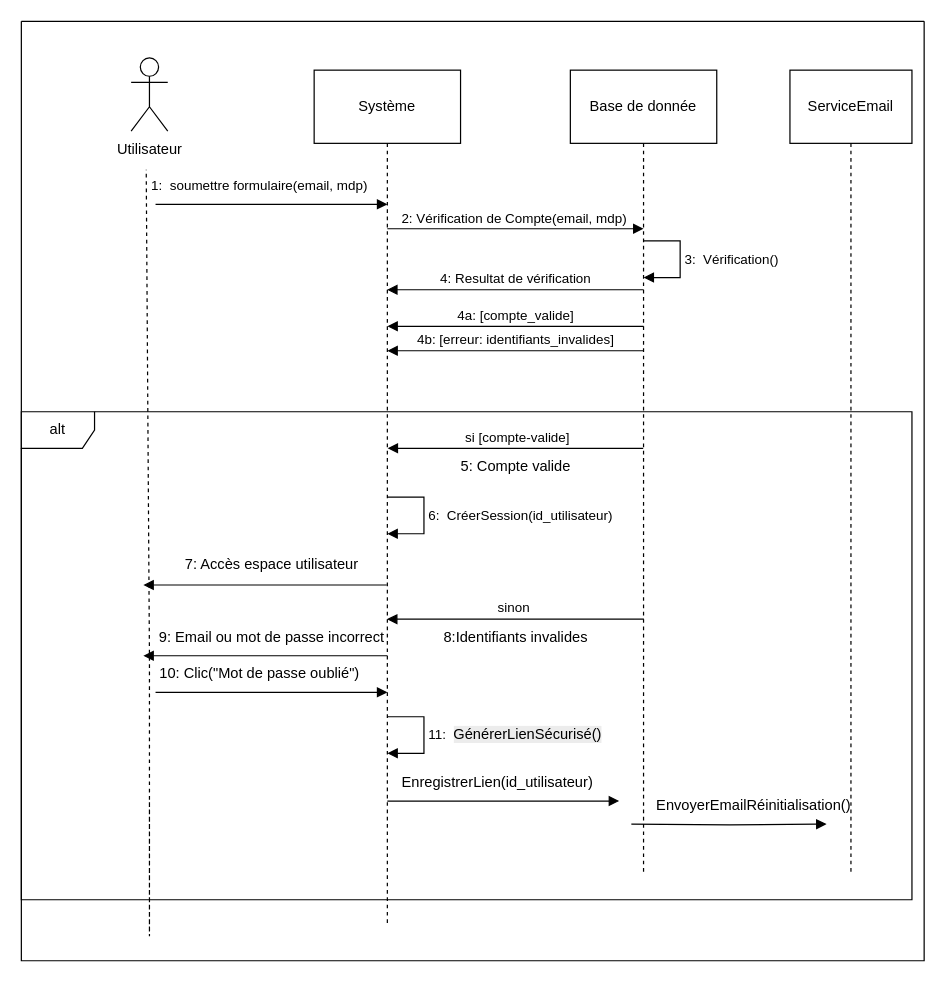
Before: se.drawio in Rahma3-sys/Searchgi, a draw.io diagram. Source tidied: cells renumbered, new cells numbered last; positions are measured from the earlier drawing's top-left corner, leaving out a move shared by most shapes. Both pictures are drawn from the tidied source at 122%, with x=0, y=0 at pixel (21, 21).
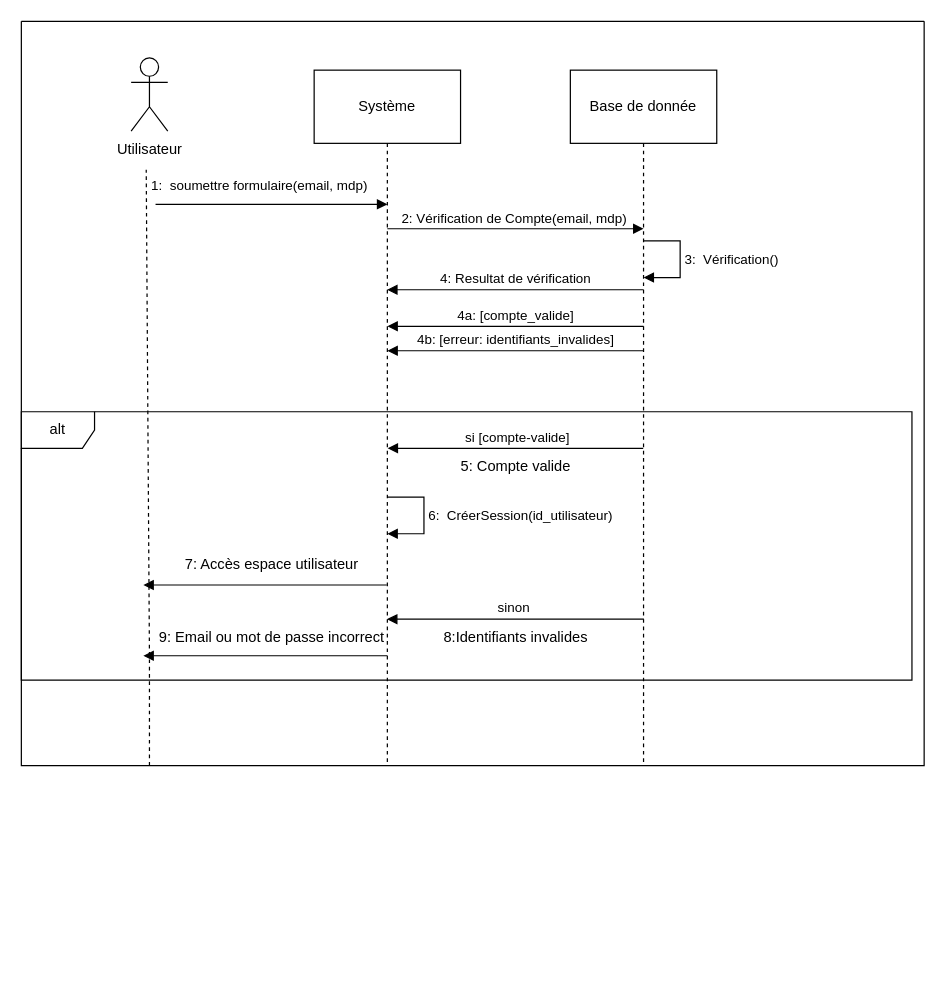
The same page after the edit.

Unchanged cells that the change refers to:
```xml
<mxCell id="3" value="Utilisateur" style="text;html=1;align=center;verticalAlign=middle;points=[];strokeColor=none;fillColor=none;" parent="2" vertex="1">
  <mxGeometry x="65" y="90" width="80" height="30" as="geometry" />
</mxCell>
```

Diff of the diagram source:
```diff
@@
     <mxCell id="2" style="swimlane;startSize=0;" parent="1" vertex="1">
-      <mxGeometry width="740" height="770" as="geometry" />
+      <mxGeometry width="740" height="610" as="geometry" />
     </mxCell>
@@
     <mxCell id="4" style="endArrow=none;dashed=1;html=1;rounded=0;entryX=0.467;entryY=1.056;entryDx=0;entryDy=0;entryPerimeter=0;" parent="2" edge="1" target="3">
       <mxGeometry relative="1" as="geometry">
-        <mxPoint x="105" y="640" as="sourcePoint" />
+        <mxPoint x="105" y="610" as="sourcePoint" />
         <Array as="points">
-          <mxPoint x="105" y="750" />
           <mxPoint x="105" y="520" />
         </Array>
       </mxGeometry>
     </mxCell>
@@
     <mxCell id="11" value="Base de donnée" style="shape=umlLifeline;perimeter=lifelinePerimeter;whiteSpace=wrap;html=1;newEdgeStyle={&quot;curved&quot;:0,&quot;rounded&quot;:0};size=60;" parent="2" vertex="1">
-      <mxGeometry x="450" y="40" width="120" height="660" as="geometry" />
+      <mxGeometry x="450" y="40" width="120" height="570" as="geometry" />
     </mxCell>
     <mxCell id="12" value="Système" style="shape=umlLifeline;perimeter=lifelinePerimeter;whiteSpace=wrap;html=1;outlineConnect=0;portConstraint=eastwest;newEdgeStyle={&quot;curved&quot;:0,&quot;rounded&quot;:0};size=60;" parent="2" vertex="1">
-      <mxGeometry x="240" y="40" width="120" height="700" as="geometry" />
+      <mxGeometry x="240" y="40" width="120" height="570" as="geometry" />
     </mxCell>
-    <mxCell id="13" value="Service&lt;span style=&quot;background-color: transparent; color: light-dark(rgb(0, 0, 0), rgb(255, 255, 255));&quot;&gt;Email&lt;/span&gt;" style="shape=umlLifeline;perimeter=lifelinePerimeter;whiteSpace=wrap;html=1;newEdgeStyle={&quot;curved&quot;:0,&quot;rounded&quot;:0};size=60;" parent="2" vertex="1">
-      <mxGeometry x="630" y="40" width="100" height="660" as="geometry" />
-    </mxCell>
     <mxCell id="14" value="alt" style="shape=umlFrame;whiteSpace=wrap;html=1;" parent="2" vertex="1">
-      <mxGeometry y="320" width="730" height="400" as="geometry" />
+      <mxGeometry y="320" width="730" height="220" as="geometry" />
     </mxCell>
@@
-    <mxCell id="25" value="10:&amp;nbsp;Clic(&quot;Mot de passe oublié&quot;)" style="text;html=1;align=center;verticalAlign=middle;strokeColor=none;fillColor=none;" parent="2" vertex="1">
-      <mxGeometry x="100" y="520" width="190" height="30" as="geometry" />
-    </mxCell>
-    <mxCell id="26" value="11:&amp;nbsp;&amp;nbsp;&lt;span style=&quot;font-size: 12px; text-align: center; background-color: rgb(236, 236, 236);&quot;&gt;GénérerLienSécurisé()&lt;/span&gt;" style="html=1;align=left;spacingLeft=2;endArrow=block;rounded=0;edgeStyle=orthogonalEdgeStyle;curved=0;rounded=0;" parent="2" edge="1">
-      <mxGeometry relative="1" as="geometry">
-        <mxPoint x="300" y="570" as="sourcePoint" />
-        <mxPoint x="300" y="600" as="targetPoint" />
-        <Array as="points">
-          <mxPoint x="330" y="600" />
-        </Array>
-      </mxGeometry>
-    </mxCell>
-    <mxCell id="27" value="EnregistrerLien(id_utilisateur)" style="text;html=1;align=center;verticalAlign=middle;strokeColor=none;fillColor=none;" parent="2" vertex="1">
-      <mxGeometry x="300" y="609.1" width="180" height="30" as="geometry" />
-    </mxCell>
-    <mxCell id="28" style="endArrow=block;endFill=1;html=1;edgeStyle=orthogonalEdgeStyle;align=left;verticalAlign=top;rounded=0;entryX=0.5;entryY=0.183;entryDx=0;entryDy=0;entryPerimeter=0;" parent="2" edge="1">
-      <mxGeometry x="-1" relative="1" as="geometry">
-        <mxPoint x="300" y="639.1" as="sourcePoint" />
-        <mxPoint x="490" y="639.1" as="targetPoint" />
-      </mxGeometry>
-    </mxCell>
@@
-    <mxCell id="31" value="EnvoyerEmailRéinitialisation()" style="text;html=1;align=center;verticalAlign=middle;strokeColor=none;fillColor=none;" parent="2" vertex="1">
-      <mxGeometry x="510" y="628" width="180" height="30" as="geometry" />
-    </mxCell>
-    <mxCell id="32" style="endArrow=block;endFill=1;html=1;edgeStyle=orthogonalEdgeStyle;align=left;verticalAlign=top;rounded=0;" parent="2" edge="1">
-      <mxGeometry x="-1" relative="1" as="geometry">
-        <mxPoint x="500" y="658.1" as="sourcePoint" />
-        <mxPoint x="660" y="658" as="targetPoint" />
-      </mxGeometry>
-    </mxCell>
-    <mxCell id="33" style="endArrow=block;endFill=1;html=1;edgeStyle=orthogonalEdgeStyle;align=left;verticalAlign=top;rounded=0;entryX=0.5;entryY=0.183;entryDx=0;entryDy=0;entryPerimeter=0;" parent="1" edge="1">
-      <mxGeometry x="-1" relative="1" as="geometry">
-        <mxPoint x="110" y="550" as="sourcePoint" />
-        <mxPoint x="300" y="550" as="targetPoint" />
-      </mxGeometry>
-    </mxCell>
```
